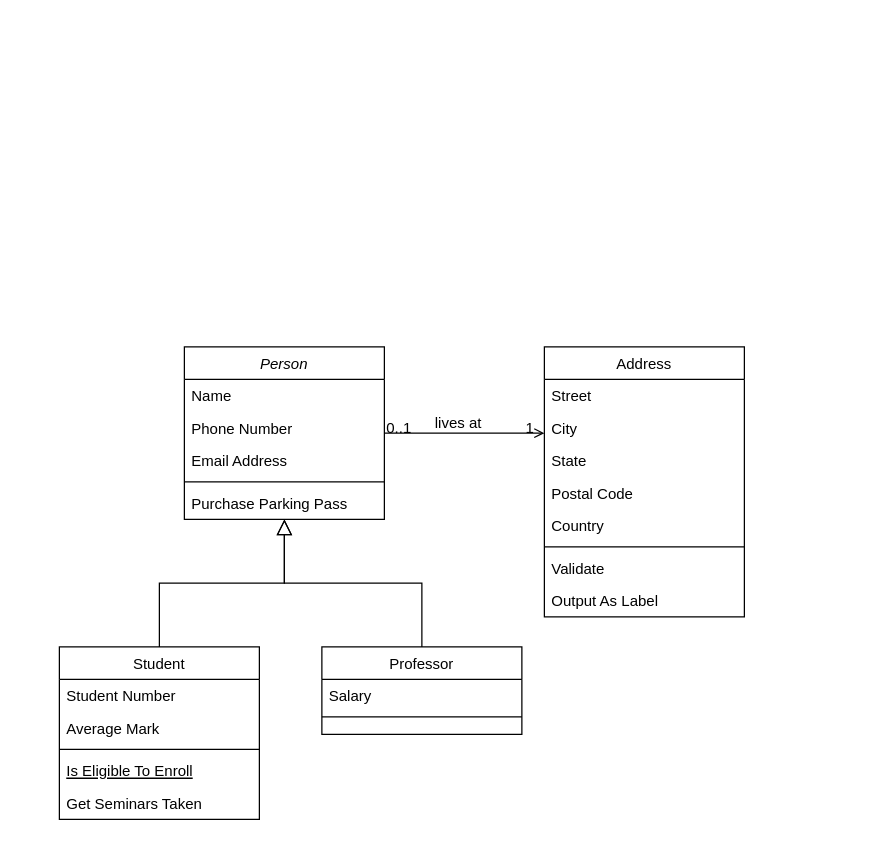
This is 未命名绘图.drawio from Mcdhcnhk0o0/exercise, a draw.io file, before an edit. Source tidied: cells renumbered, new cells numbered last; positions are measured from the earlier drawing's top-left corner, leaving out a move shared by most shapes. Both pictures are drawn from the tidied source at 125%, with x=0, y=0 at pixel (59, 346).
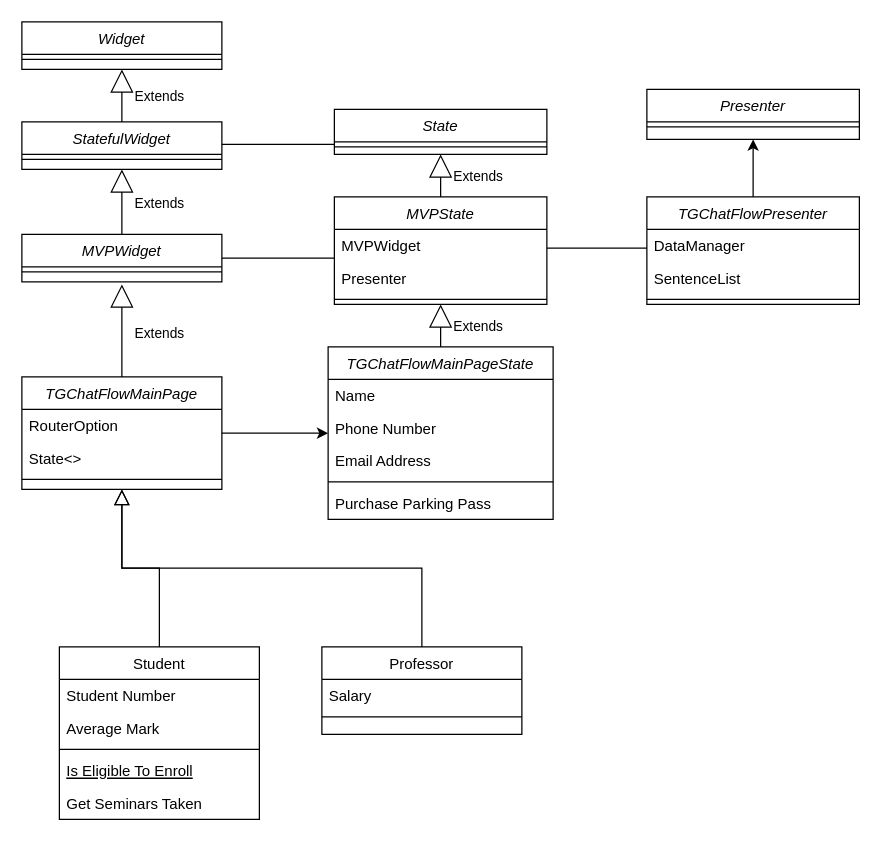
Above is the later version.

Commit message:
更新未命名绘图.drawio

What changed in the source:
```diff
@@
+    <mxCell id="32" style="edgeStyle=orthogonalEdgeStyle;rounded=0;jettySize=auto;html=1;" parent="1" edge="1" source="2" target="39">
+      <mxGeometry relative="1" as="geometry" />
+    </mxCell>
-    <mxCell id="2" value="Person" style="swimlane;fontStyle=2;align=center;verticalAlign=top;horizontal=1;startSize=26;rounded=0;shadow=0;strokeWidth=1;" parent="1" vertex="1">
-      <mxGeometry x="100" width="160" height="138" as="geometry" />
+    <mxCell id="2" value="TGChatFlowMainPage" style="swimlane;fontStyle=2;align=center;verticalAlign=top;horizontal=1;startSize=26;rounded=0;shadow=0;strokeWidth=1;" parent="1" vertex="1">
+      <mxGeometry x="-30" y="24" width="160" height="90" as="geometry" />
     </mxCell>
-    <mxCell id="3" value="Name" style="text;align=left;verticalAlign=top;spacingLeft=4;spacingRight=4;overflow=hidden;" parent="2" vertex="1">
+    <mxCell id="3" value="RouterOption" style="text;align=left;verticalAlign=top;spacingLeft=4;spacingRight=4;overflow=hidden;" parent="2" vertex="1">
       <mxGeometry y="26" width="160" height="26" as="geometry" />
     </mxCell>
-    <mxCell id="4" value="Phone Number" style="text;align=left;verticalAlign=top;spacingLeft=4;spacingRight=4;overflow=hidden;rounded=0;shadow=0;html=0;" parent="2" vertex="1">
+    <mxCell id="4" value="State&lt;&gt;" style="text;align=left;verticalAlign=top;spacingLeft=4;spacingRight=4;overflow=hidden;rounded=0;shadow=0;html=0;" parent="2" vertex="1">
       <mxGeometry y="52" width="160" height="26" as="geometry" />
     </mxCell>
-    <mxCell id="5" value="Email Address" style="text;align=left;verticalAlign=top;spacingLeft=4;spacingRight=4;overflow=hidden;rounded=0;shadow=0;html=0;" parent="2" vertex="1">
-      <mxGeometry y="78" width="160" height="26" as="geometry" />
-    </mxCell>
     <mxCell id="6" style="line;html=1;strokeWidth=1;align=left;verticalAlign=middle;spacingTop=-1;spacingLeft=3;spacingRight=3;labelPosition=right;" parent="2" vertex="1">
-      <mxGeometry y="104" width="160" height="8" as="geometry" />
+      <mxGeometry y="78" width="160" height="8" as="geometry" />
     </mxCell>
-    <mxCell id="7" value="Purchase Parking Pass" style="text;align=left;verticalAlign=top;spacingLeft=4;spacingRight=4;overflow=hidden;" parent="2" vertex="1">
-      <mxGeometry y="112" width="160" height="26" as="geometry" />
-    </mxCell>
@@
-    <mxCell id="19" value="Address" style="swimlane;fontStyle=0;align=center;verticalAlign=top;horizontal=1;startSize=26;rounded=0;shadow=0;strokeWidth=1;" parent="1" vertex="1">
-      <mxGeometry x="388" width="160" height="216" as="geometry" />
-    </mxCell>
-    <mxCell id="20" value="Street" style="text;align=left;verticalAlign=top;spacingLeft=4;spacingRight=4;overflow=hidden;" parent="19" vertex="1">
-      <mxGeometry y="26" width="160" height="26" as="geometry" />
-    </mxCell>
-    <mxCell id="21" value="City" style="text;align=left;verticalAlign=top;spacingLeft=4;spacingRight=4;overflow=hidden;rounded=0;shadow=0;html=0;" parent="19" vertex="1">
-      <mxGeometry y="52" width="160" height="26" as="geometry" />
-    </mxCell>
+    <mxCell id="33" value="MVPWidget" style="swimlane;fontStyle=2;align=center;verticalAlign=top;horizontal=1;startSize=26;rounded=0;shadow=0;strokeWidth=1;" parent="1" vertex="1">
+      <mxGeometry x="-30" y="-90" width="160" height="38" as="geometry" />
+    </mxCell>
+    <mxCell id="34" style="line;html=1;strokeWidth=1;align=left;verticalAlign=middle;spacingTop=-1;spacingLeft=3;spacingRight=3;labelPosition=right;" parent="33" vertex="1">
+      <mxGeometry y="26" width="160" height="8" as="geometry" />
+    </mxCell>
+    <mxCell id="35" value="StatefulWidget" style="swimlane;fontStyle=2;align=center;verticalAlign=top;horizontal=1;startSize=26;rounded=0;shadow=0;strokeWidth=1;" parent="1" vertex="1">
+      <mxGeometry x="-30" y="-180" width="160" height="38" as="geometry" />
+    </mxCell>
+    <mxCell id="36" style="line;html=1;strokeWidth=1;align=left;verticalAlign=middle;spacingTop=-1;spacingLeft=3;spacingRight=3;labelPosition=right;" parent="35" vertex="1">
+      <mxGeometry y="26" width="160" height="8" as="geometry" />
+    </mxCell>
+    <mxCell id="37" value="Widget" style="swimlane;fontStyle=2;align=center;verticalAlign=top;horizontal=1;startSize=26;rounded=0;shadow=0;strokeWidth=1;" parent="1" vertex="1">
+      <mxGeometry x="-30" y="-260" width="160" height="38" as="geometry" />
+    </mxCell>
+    <mxCell id="38" style="line;html=1;strokeWidth=1;align=left;verticalAlign=middle;spacingTop=-1;spacingLeft=3;spacingRight=3;labelPosition=right;" parent="37" vertex="1">
+      <mxGeometry y="26" width="160" height="8" as="geometry" />
+    </mxCell>
+    <mxCell id="39" value="TGChatFlowMainPageState" style="swimlane;fontStyle=2;align=center;verticalAlign=top;horizontal=1;startSize=26;rounded=0;shadow=0;strokeWidth=1;" parent="1" vertex="1">
+      <mxGeometry x="215" width="180" height="138" as="geometry" />
+    </mxCell>
+    <mxCell id="40" value="Name" style="text;align=left;verticalAlign=top;spacingLeft=4;spacingRight=4;overflow=hidden;" parent="39" vertex="1">
+      <mxGeometry y="26" width="180" height="26" as="geometry" />
+    </mxCell>
+    <mxCell id="41" value="Phone Number" style="text;align=left;verticalAlign=top;spacingLeft=4;spacingRight=4;overflow=hidden;rounded=0;shadow=0;html=0;" parent="39" vertex="1">
+      <mxGeometry y="52" width="180" height="26" as="geometry" />
+    </mxCell>
+    <mxCell id="5" value="Email Address" style="text;align=left;verticalAlign=top;spacingLeft=4;spacingRight=4;overflow=hidden;rounded=0;shadow=0;html=0;" parent="39" vertex="1">
+      <mxGeometry y="78" width="180" height="26" as="geometry" />
+    </mxCell>
+    <mxCell id="42" style="line;html=1;strokeWidth=1;align=left;verticalAlign=middle;spacingTop=-1;spacingLeft=3;spacingRight=3;labelPosition=right;" parent="39" vertex="1">
+      <mxGeometry y="104" width="180" height="8" as="geometry" />
+    </mxCell>
+    <mxCell id="7" value="Purchase Parking Pass" style="text;align=left;verticalAlign=top;spacingLeft=4;spacingRight=4;overflow=hidden;" parent="39" vertex="1">
+      <mxGeometry y="112" width="180" height="26" as="geometry" />
+    </mxCell>
+    <mxCell id="43" value="MVPState" style="swimlane;fontStyle=2;align=center;verticalAlign=top;horizontal=1;startSize=26;rounded=0;shadow=0;strokeWidth=1;" parent="1" vertex="1">
+      <mxGeometry x="220" y="-120" width="170" height="86" as="geometry" />
+    </mxCell>
+    <mxCell id="44" value="MVPWidget" style="text;align=left;verticalAlign=top;spacingLeft=4;spacingRight=4;overflow=hidden;" parent="43" vertex="1">
+      <mxGeometry y="26" width="170" height="26" as="geometry" />
+    </mxCell>
+    <mxCell id="45" value="Presenter" style="text;align=left;verticalAlign=top;spacingLeft=4;spacingRight=4;overflow=hidden;rounded=0;shadow=0;html=0;" parent="43" vertex="1">
+      <mxGeometry y="52" width="170" height="26" as="geometry" />
+    </mxCell>
+    <mxCell id="46" style="line;html=1;strokeWidth=1;align=left;verticalAlign=middle;spacingTop=-1;spacingLeft=3;spacingRight=3;labelPosition=right;" parent="43" vertex="1">
+      <mxGeometry y="78" width="170" height="8" as="geometry" />
+    </mxCell>
+    <mxCell id="47" style="line;strokeWidth=1;fillColor=none;align=left;verticalAlign=middle;spacingTop=-1;spacingLeft=3;spacingRight=3;labelPosition=right;strokeColor=inherit;" parent="1" vertex="1">
+      <mxGeometry x="130" y="-75" width="90" height="8" as="geometry" />
+    </mxCell>
-    <mxCell id="22" value="State" style="text;align=left;verticalAlign=top;spacingLeft=4;spacingRight=4;overflow=hidden;points=[[0,0.5],[1,0.5]];portConstraint=eastwest;rounded=0;shadow=0;html=0;" parent="19" vertex="1">
-      <mxGeometry y="78" width="160" height="26" as="geometry" />
+    <mxCell id="22" value="State" style="swimlane;fontStyle=2;align=center;verticalAlign=top;horizontal=1;startSize=26;rounded=0;shadow=0;strokeWidth=1;" parent="1" vertex="1">
+      <mxGeometry x="220" y="-190" width="170" height="36" as="geometry" />
     </mxCell>
-    <mxCell id="23" value="Postal Code" style="text;align=left;verticalAlign=top;spacingLeft=4;spacingRight=4;overflow=hidden;rounded=0;shadow=0;html=0;" parent="19" vertex="1">
-      <mxGeometry y="104" width="160" height="26" as="geometry" />
-    </mxCell>
-    <mxCell id="24" value="Country" style="text;align=left;verticalAlign=top;spacingLeft=4;spacingRight=4;overflow=hidden;rounded=0;shadow=0;html=0;" parent="19" vertex="1">
-      <mxGeometry y="130" width="160" height="26" as="geometry" />
-    </mxCell>
-    <mxCell id="25" style="line;html=1;strokeWidth=1;align=left;verticalAlign=middle;spacingTop=-1;spacingLeft=3;spacingRight=3;labelPosition=right;" parent="19" vertex="1">
-      <mxGeometry y="156" width="160" height="8" as="geometry" />
-    </mxCell>
-    <mxCell id="26" value="Validate" style="text;align=left;verticalAlign=top;spacingLeft=4;spacingRight=4;overflow=hidden;" parent="19" vertex="1">
-      <mxGeometry y="164" width="160" height="26" as="geometry" />
-    </mxCell>
-    <mxCell id="27" value="Output As Label" style="text;align=left;verticalAlign=top;spacingLeft=4;spacingRight=4;overflow=hidden;" parent="19" vertex="1">
-      <mxGeometry y="190" width="160" height="26" as="geometry" />
-    </mxCell>
-    <mxCell id="28" style="endArrow=open;shadow=0;strokeWidth=1;rounded=0;endFill=1;edgeStyle=elbowEdgeStyle;elbow=vertical;" parent="1" edge="1" source="2" target="19">
-      <mxGeometry x="0.5" y="41" relative="1" as="geometry">
-        <mxPoint x="-40" y="32" as="offset" />
-      </mxGeometry>
-    </mxCell>
-    <mxCell id="29" value="0..1" style="align=left;verticalAlign=bottom;labelBackgroundColor=none;fontSize=12;" parent="28" vertex="1">
-      <mxGeometry x="-1" relative="1" as="geometry">
-        <mxPoint y="4" as="offset" />
-      </mxGeometry>
-    </mxCell>
-    <mxCell id="30" value="1" style="align=right;verticalAlign=bottom;labelBackgroundColor=none;fontSize=12;" parent="28" vertex="1">
-      <mxGeometry x="1" relative="1" as="geometry">
-        <mxPoint x="-7" y="4" as="offset" />
-      </mxGeometry>
-    </mxCell>
-    <mxCell id="31" value="lives at" style="text;html=1;align=center;verticalAlign=middle;labelBackgroundColor=none;rounded=0;shadow=0;strokeWidth=1;fontSize=12;" parent="28" vertex="1">
-      <mxGeometry x="0.5" y="49" relative="1" as="geometry">
-        <mxPoint x="-38" y="40" as="offset" />
-      </mxGeometry>
-    </mxCell>
+    <mxCell id="48" style="line;html=1;strokeWidth=1;align=left;verticalAlign=middle;spacingTop=-1;spacingLeft=3;spacingRight=3;labelPosition=right;" parent="22" vertex="1">
+      <mxGeometry y="26" width="170" height="8" as="geometry" />
+    </mxCell>
+    <mxCell id="49" style="line;strokeWidth=1;fillColor=none;align=left;verticalAlign=middle;spacingTop=-1;spacingLeft=3;spacingRight=3;labelPosition=right;strokeColor=inherit;" parent="1" vertex="1">
+      <mxGeometry x="130" y="-166" width="90" height="8" as="geometry" />
+    </mxCell>
+    <mxCell id="50" style="edgeStyle=orthogonalEdgeStyle;rounded=0;jettySize=auto;html=1;" parent="1" edge="1" source="51" target="56">
+      <mxGeometry relative="1" as="geometry" />
+    </mxCell>
+    <mxCell id="51" value="TGChatFlowPresenter" style="swimlane;fontStyle=2;align=center;verticalAlign=top;horizontal=1;startSize=26;rounded=0;shadow=0;strokeWidth=1;" parent="1" vertex="1">
+      <mxGeometry x="470" y="-120" width="170" height="86" as="geometry" />
+    </mxCell>
+    <mxCell id="52" value="DataManager" style="text;align=left;verticalAlign=top;spacingLeft=4;spacingRight=4;overflow=hidden;" parent="51" vertex="1">
+      <mxGeometry y="26" width="170" height="26" as="geometry" />
+    </mxCell>
+    <mxCell id="53" value="SentenceList" style="text;align=left;verticalAlign=top;spacingLeft=4;spacingRight=4;overflow=hidden;rounded=0;shadow=0;html=0;" parent="51" vertex="1">
+      <mxGeometry y="52" width="170" height="26" as="geometry" />
+    </mxCell>
+    <mxCell id="54" style="line;html=1;strokeWidth=1;align=left;verticalAlign=middle;spacingTop=-1;spacingLeft=3;spacingRight=3;labelPosition=right;" parent="51" vertex="1">
+      <mxGeometry y="78" width="170" height="8" as="geometry" />
+    </mxCell>
+    <mxCell id="55" style="line;strokeWidth=1;fillColor=none;align=left;verticalAlign=middle;spacingTop=-1;spacingLeft=3;spacingRight=3;labelPosition=right;strokeColor=inherit;" parent="1" vertex="1">
+      <mxGeometry x="390" y="-83" width="80" height="8" as="geometry" />
+    </mxCell>
+    <mxCell id="56" value="Presenter" style="swimlane;fontStyle=2;align=center;verticalAlign=top;horizontal=1;startSize=26;rounded=0;shadow=0;strokeWidth=1;" parent="1" vertex="1">
+      <mxGeometry x="470" y="-206" width="170" height="40" as="geometry" />
+    </mxCell>
+    <mxCell id="57" style="line;html=1;strokeWidth=1;align=left;verticalAlign=middle;spacingTop=-1;spacingLeft=3;spacingRight=3;labelPosition=right;" parent="56" vertex="1">
+      <mxGeometry y="26" width="170" height="8" as="geometry" />
+    </mxCell>
+    <mxCell id="58" value="Extends" style="endArrow=block;endSize=16;endFill=0;html=1;rounded=0;entryX=0.5;entryY=1;entryDx=0;entryDy=0;" parent="1" edge="1" source="35" target="37">
+      <mxGeometry x="-0.05" y="-30" relative="1" as="geometry" />
+    </mxCell>
+    <mxCell id="59" value="Extends" style="endArrow=block;endSize=16;endFill=0;html=1;rounded=0;entryX=0.5;entryY=1;entryDx=0;entryDy=0;exitX=0.5;exitY=0;exitDx=0;exitDy=0;" parent="1" edge="1" source="33" target="35">
+      <mxGeometry x="-0.05" y="-30" relative="1" as="geometry" />
+    </mxCell>
+    <mxCell id="60" value="Extends" style="endArrow=block;endSize=16;endFill=0;html=1;rounded=0;exitX=0.5;exitY=0;exitDx=0;exitDy=0;" parent="1" edge="1" source="2">
+      <mxGeometry x="-0.05" y="-30" relative="1" as="geometry">
+        <mxPoint x="50" y="-50" as="targetPoint" />
+      </mxGeometry>
+    </mxCell>
+    <mxCell id="61" value="Extends" style="endArrow=block;endSize=16;endFill=0;html=1;rounded=0;entryX=0.5;entryY=1;entryDx=0;entryDy=0;exitX=0.5;exitY=0;exitDx=0;exitDy=0;" parent="1" edge="1" source="39" target="43">
+      <mxGeometry x="-0.05" y="-30" relative="1" as="geometry" />
+    </mxCell>
+    <mxCell id="62" value="Extends" style="endArrow=block;endSize=16;endFill=0;html=1;rounded=0;entryX=0.5;entryY=1;entryDx=0;entryDy=0;exitX=0.5;exitY=0;exitDx=0;exitDy=0;" parent="1" edge="1" source="43" target="22">
+      <mxGeometry x="-0.05" y="-30" relative="1" as="geometry" />
+    </mxCell>
```
